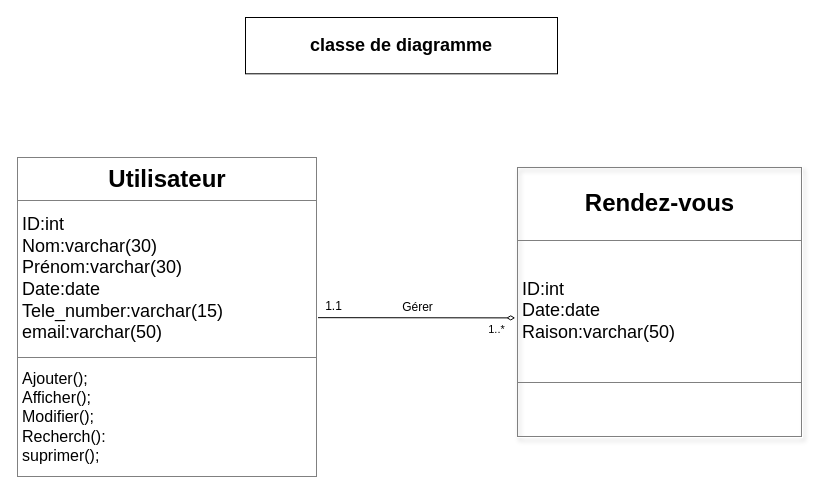
Above: page "Page-2" (2 of 2) of UML/Uml.drawio in dounya-m/Gestion-Rendez-vous (draw.io), before the change. Source tidied: cells renumbered, new cells numbered last; positions are measured from the earlier drawing's top-left corner, leaving out a move shared by most shapes. Both pictures are drawn from the tidied source at 100%, with x=0, y=0 at pixel (17, 17).
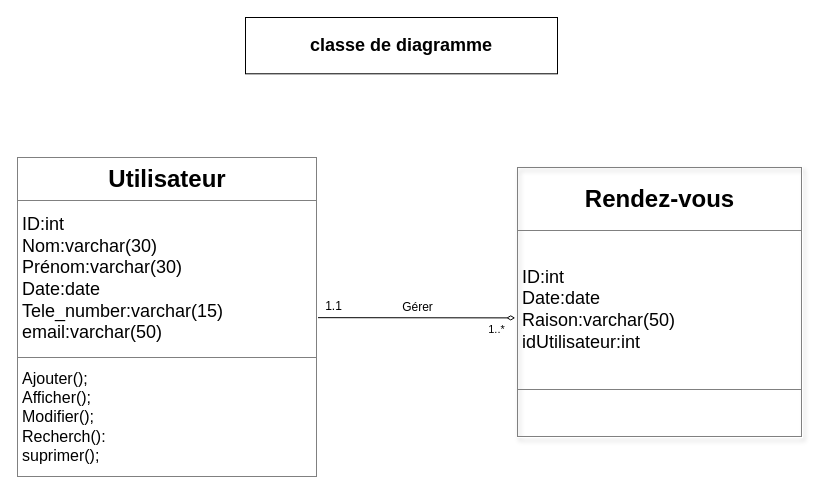
The same page after the edit.

Change to the diagram source:
```diff
@@
 <mxGraphModel>
   <root>
     <mxCell id="0" />
     <mxCell id="1" parent="0" />
     <mxCell id="2" style="edgeStyle=none;html=1;endArrow=diamondThin;endFill=0;entryX=-0.008;entryY=0.557;entryDx=0;entryDy=0;entryPerimeter=0;" parent="1" edge="1" source="4" target="5">
       <mxGeometry relative="1" as="geometry" />
     </mxCell>
     <mxCell id="3" value="1..*" style="edgeLabel;html=1;align=center;verticalAlign=middle;" parent="2" vertex="1">
       <mxGeometry x="0.49" y="-1" relative="1" as="geometry">
         <mxPoint x="32" y="10" as="offset" />
       </mxGeometry>
     </mxCell>
     <mxCell id="4" value="&lt;table border=&quot;1&quot; width=&quot;100%&quot; cellpadding=&quot;4&quot; style=&quot;width: 100% ; height: 100% ; border-collapse: collapse&quot;&gt;&lt;tbody&gt;&lt;tr&gt;&lt;th align=&quot;center&quot;&gt;&lt;span style=&quot;font-size: 24px&quot;&gt;Utilisateur&lt;/span&gt;&lt;/th&gt;&lt;/tr&gt;&lt;tr&gt;&lt;td&gt;&lt;font style=&quot;font-size: 18px&quot;&gt;ID:int&lt;br&gt;Nom:varchar(30)&lt;br&gt;Prénom:varchar(30)&lt;br&gt;Date:date&lt;br&gt;Tele_number:varchar(15)&lt;br&gt;email:varchar(50)&lt;br&gt;&lt;/font&gt;&lt;/td&gt;&lt;/tr&gt;&lt;tr&gt;&lt;td&gt;&lt;font size=&quot;3&quot;&gt;Ajouter();&lt;br&gt;Afficher();&lt;br&gt;Modifier();&lt;br&gt;Recherch():&lt;br&gt;suprimer();&lt;br&gt;&lt;/font&gt;&lt;/td&gt;&lt;/tr&gt;&lt;/tbody&gt;&lt;/table&gt;" style="text;html=1;strokeColor=#FFFFFF;fillColor=none;overflow=fill;shadow=0;" parent="1" vertex="1">
       <mxGeometry y="140" width="300" height="320" as="geometry" />
     </mxCell>
-    <mxCell id="5" value="&lt;table border=&quot;1&quot; width=&quot;100%&quot; cellpadding=&quot;4&quot; style=&quot;width: 100% ; height: 100% ; border-collapse: collapse&quot;&gt;&lt;tbody&gt;&lt;tr&gt;&lt;th align=&quot;center&quot;&gt;&lt;span style=&quot;font-size: 24px&quot;&gt;Rendez-vous&lt;/span&gt;&lt;/th&gt;&lt;/tr&gt;&lt;tr&gt;&lt;td&gt;&lt;font style=&quot;font-size: 18px&quot;&gt;ID:int&lt;br&gt;Date:date&lt;br&gt;Raison:varchar(50)&lt;/font&gt;&lt;/td&gt;&lt;/tr&gt;&lt;tr&gt;&lt;td&gt;&lt;font size=&quot;3&quot;&gt;&lt;br&gt;&lt;/font&gt;&lt;/td&gt;&lt;/tr&gt;&lt;/tbody&gt;&lt;/table&gt;" style="text;html=1;strokeColor=#FFFFFF;fillColor=none;overflow=fill;shadow=1;" parent="1" vertex="1">
+    <mxCell id="5" value="&lt;table border=&quot;1&quot; width=&quot;100%&quot; cellpadding=&quot;4&quot; style=&quot;width: 100% ; height: 100% ; border-collapse: collapse&quot;&gt;&lt;tbody&gt;&lt;tr&gt;&lt;th align=&quot;center&quot;&gt;&lt;span style=&quot;font-size: 24px&quot;&gt;Rendez-vous&lt;/span&gt;&lt;/th&gt;&lt;/tr&gt;&lt;tr&gt;&lt;td&gt;&lt;font style=&quot;font-size: 18px&quot;&gt;ID:int&lt;br&gt;Date:date&lt;br&gt;Raison:varchar(50)&lt;br&gt;idUtilisateur:int&lt;/font&gt;&lt;/td&gt;&lt;/tr&gt;&lt;tr&gt;&lt;td&gt;&lt;font size=&quot;3&quot;&gt;&lt;br&gt;&lt;/font&gt;&lt;/td&gt;&lt;/tr&gt;&lt;/tbody&gt;&lt;/table&gt;" style="text;html=1;strokeColor=#FFFFFF;fillColor=none;overflow=fill;shadow=1;" parent="1" vertex="1">
       <mxGeometry x="500" y="150" width="285" height="270" as="geometry" />
     </mxCell>
     <mxCell id="6" value="&lt;span style=&quot;font-size: 18px&quot;&gt;&lt;b&gt;classe de diagramme&lt;/b&gt;&lt;/span&gt;" style="rounded=0;whiteSpace=wrap;html=1;" parent="1" vertex="1">
       <mxGeometry x="228" width="312" height="56.3" as="geometry" />
     </mxCell>
     <mxCell id="7" value="1.1" style="text;html=1;align=center;verticalAlign=middle;strokeColor=none;fillColor=none;" parent="1" vertex="1">
       <mxGeometry x="301" y="279" width="30" height="20" as="geometry" />
     </mxCell>
     <mxCell id="8" value="Gérer" style="text;html=1;align=center;verticalAlign=middle;strokeColor=none;fillColor=none;" parent="1" vertex="1">
       <mxGeometry x="375" y="280" width="50" height="20" as="geometry" />
     </mxCell>
   </root>
 </mxGraphModel>
```
